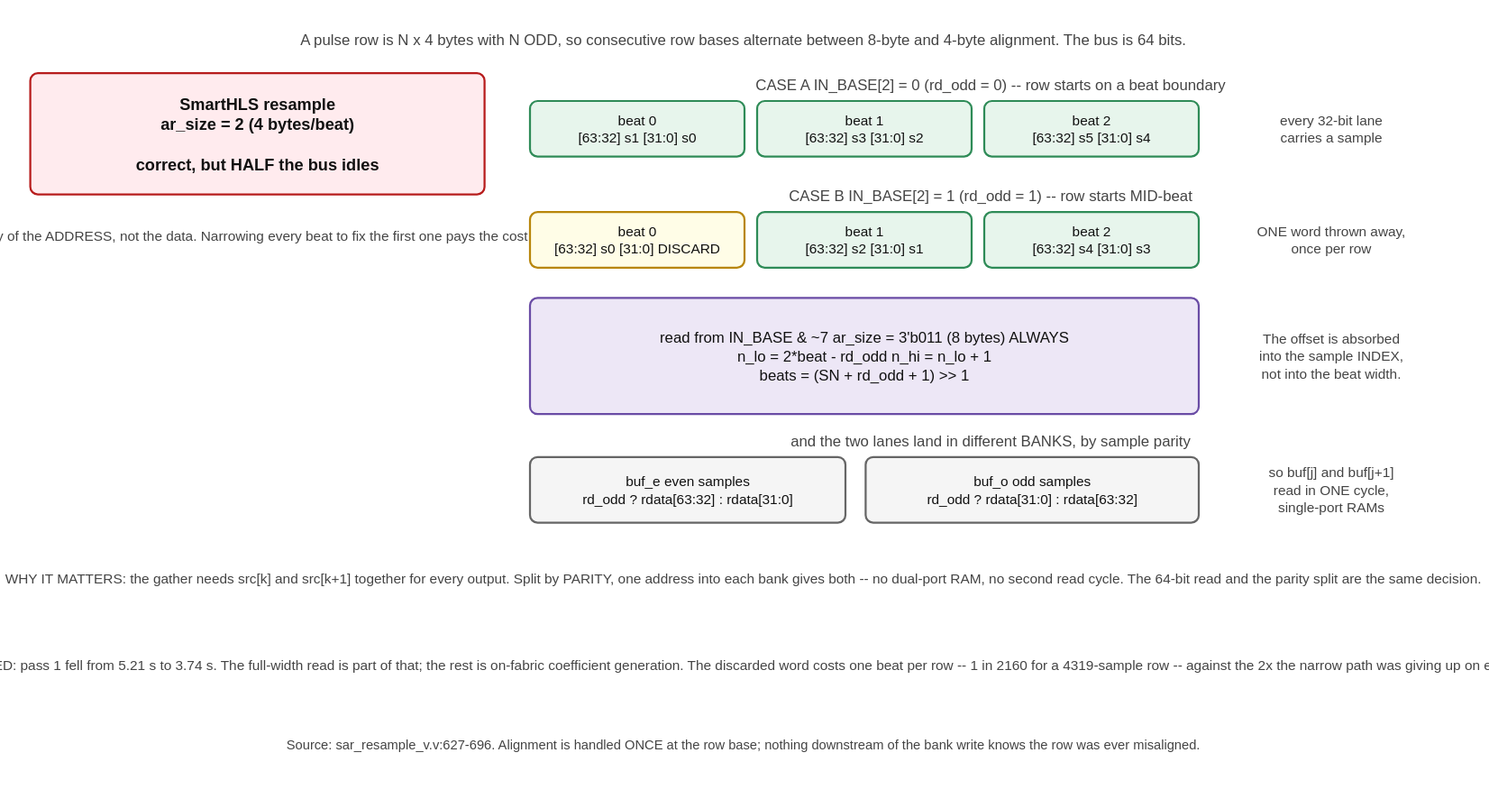
Earlier version of the draw.io export docs/slides/diagrams/fig-axi-packing.drawio.svg (futureproofbear/mpfs250t-sar-ifp). Source tidied: cells renumbered, new cells last; positions are measured from the earlier drawing's top-left corner, leaving out a move shared by most shapes.
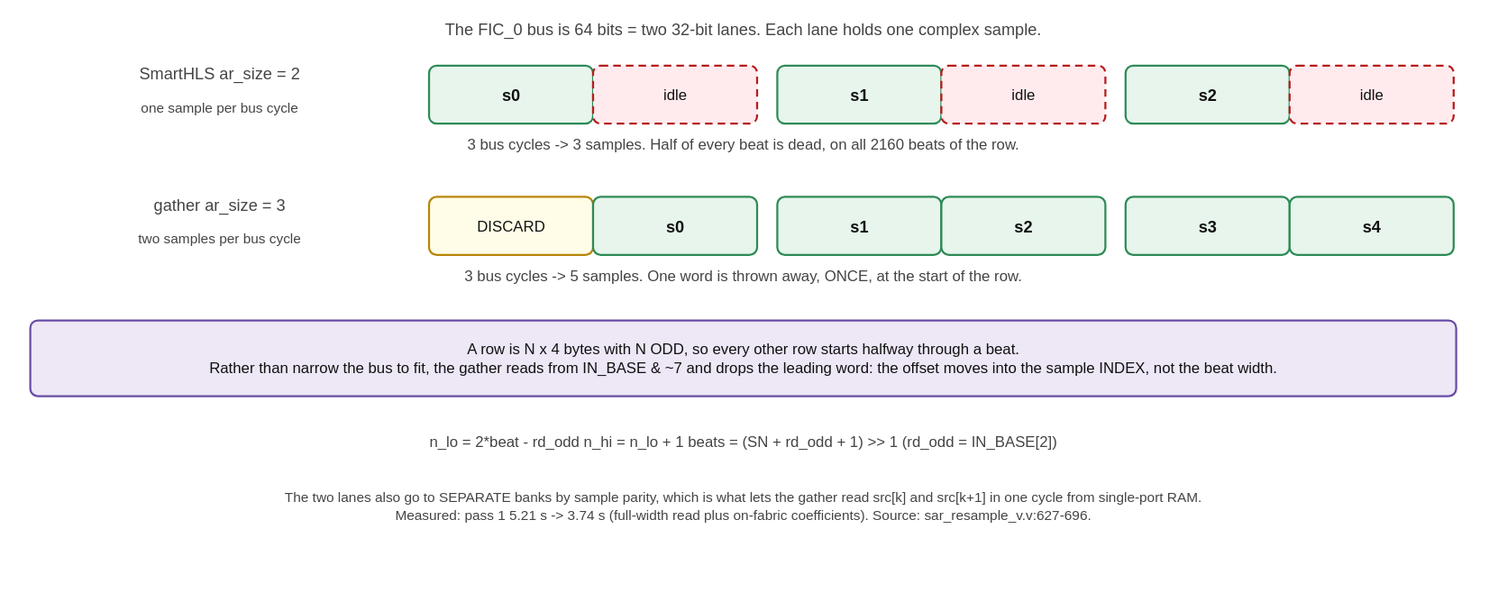
The same file after the commit.

Commit message:
slides: redraw the AXI packing figure -- show it instead of describing it

Change to the diagram source:
```diff
@@ -2,71 +2,71 @@
   <root>
     <mxCell id="0" />
     <mxCell id="1" parent="0" />
-    <mxCell id="2" value="A pulse row is N x 4 bytes with N ODD, so consecutive row bases alternate between 8-byte and 4-byte alignment. The bus is 64 bits." style="text;html=1;strokeColor=none;fillColor=none;align=center;verticalAlign=middle;fontSize=12;fontFamily=Helvetica;" parent="1" vertex="1">
-      <mxGeometry width="1130" height="34" as="geometry" />
+    <mxCell id="2" value="The FIC_0 bus is 64 bits = two 32-bit lanes. Each lane holds one complex sample." style="text;html=1;strokeColor=none;fillColor=none;align=center;verticalAlign=middle;fontSize=13;fontFamily=Helvetica;" parent="1" vertex="1">
+      <mxGeometry y="-2" width="1130" height="22" as="geometry" />
     </mxCell>
-    <mxCell id="3" value="SmartHLS resample&#10;ar_size = 2 (4 bytes/beat)&#10;&#10;correct, but HALF the bus idles" style="rounded=1;whiteSpace=wrap;html=1;fillColor=#FFEBEE;strokeColor=#B71C1C;fontSize=13;fontFamily=Helvetica;align=center;verticalAlign=middle;fontStyle=1;" parent="1" vertex="1">
-      <mxGeometry y="44" width="360" height="96" as="geometry" />
-    </mxCell>
-    <mxCell id="4" value="Alignment is a property of the ADDRESS, not the data. Narrowing every beat to fix the first one pays the cost on all 4319 of them." style="text;html=1;strokeColor=none;fillColor=none;align=center;verticalAlign=middle;fontSize=11;fontFamily=Helvetica;" parent="1" vertex="1">
-      <mxGeometry y="146" width="360" height="54" as="geometry" />
-    </mxCell>
-    <mxCell id="5" value="CASE A   IN_BASE[2] = 0  (rd_odd = 0)  -- row starts on a beat boundary" style="text;html=1;strokeColor=none;fillColor=none;align=center;verticalAlign=middle;fontSize=12;fontFamily=Helvetica;" parent="1" vertex="1">
-      <mxGeometry x="396" y="44" width="730" height="18" as="geometry" />
-    </mxCell>
-    <mxCell id="6" value="beat 0&#10;[63:32] s1   [31:0] s0" style="rounded=1;whiteSpace=wrap;html=1;fillColor=#E7F5EC;strokeColor=#2E8B57;fontSize=11;fontFamily=Helvetica;align=center;verticalAlign=middle;" parent="1" vertex="1">
-      <mxGeometry x="396" y="66" width="170" height="44" as="geometry" />
-    </mxCell>
-    <mxCell id="7" value="beat 1&#10;[63:32] s3   [31:0] s2" style="rounded=1;whiteSpace=wrap;html=1;fillColor=#E7F5EC;strokeColor=#2E8B57;fontSize=11;fontFamily=Helvetica;align=center;verticalAlign=middle;" parent="1" vertex="1">
-      <mxGeometry x="576" y="66" width="170" height="44" as="geometry" />
-    </mxCell>
-    <mxCell id="8" value="beat 2&#10;[63:32] s5   [31:0] s4" style="rounded=1;whiteSpace=wrap;html=1;fillColor=#E7F5EC;strokeColor=#2E8B57;fontSize=11;fontFamily=Helvetica;align=center;verticalAlign=middle;" parent="1" vertex="1">
-      <mxGeometry x="756" y="66" width="170" height="44" as="geometry" />
-    </mxCell>
-    <mxCell id="9" value="every 32-bit lane&#10;carries a sample" style="text;html=1;strokeColor=none;fillColor=none;align=center;verticalAlign=middle;fontSize=11;fontFamily=Helvetica;" parent="1" vertex="1">
-      <mxGeometry x="936" y="66" width="190" height="44" as="geometry" />
-    </mxCell>
-    <mxCell id="10" value="CASE B   IN_BASE[2] = 1  (rd_odd = 1)  -- row starts MID-beat" style="text;html=1;strokeColor=none;fillColor=none;align=center;verticalAlign=middle;fontSize=12;fontFamily=Helvetica;" parent="1" vertex="1">
-      <mxGeometry x="396" y="132" width="730" height="18" as="geometry" />
-    </mxCell>
-    <mxCell id="11" value="beat 0&#10;[63:32] s0   [31:0] DISCARD" style="rounded=1;whiteSpace=wrap;html=1;fillColor=#FFFDE7;strokeColor=#B8860B;fontSize=11;fontFamily=Helvetica;align=center;verticalAlign=middle;" parent="1" vertex="1">
-      <mxGeometry x="396" y="154" width="170" height="44" as="geometry" />
-    </mxCell>
-    <mxCell id="12" value="beat 1&#10;[63:32] s2   [31:0] s1" style="rounded=1;whiteSpace=wrap;html=1;fillColor=#E7F5EC;strokeColor=#2E8B57;fontSize=11;fontFamily=Helvetica;align=center;verticalAlign=middle;" parent="1" vertex="1">
-      <mxGeometry x="576" y="154" width="170" height="44" as="geometry" />
-    </mxCell>
-    <mxCell id="13" value="beat 2&#10;[63:32] s4   [31:0] s3" style="rounded=1;whiteSpace=wrap;html=1;fillColor=#E7F5EC;strokeColor=#2E8B57;fontSize=11;fontFamily=Helvetica;align=center;verticalAlign=middle;" parent="1" vertex="1">
-      <mxGeometry x="756" y="154" width="170" height="44" as="geometry" />
-    </mxCell>
-    <mxCell id="14" value="ONE word thrown away,&#10;once per row" style="text;html=1;strokeColor=none;fillColor=none;align=center;verticalAlign=middle;fontSize=11;fontFamily=Helvetica;" parent="1" vertex="1">
-      <mxGeometry x="936" y="154" width="190" height="44" as="geometry" />
-    </mxCell>
-    <mxCell id="15" value="read from  IN_BASE &amp; ~7        ar_size = 3'b011  (8 bytes) ALWAYS&#10;n_lo = 2*beat - rd_odd         n_hi = n_lo + 1&#10;beats = (SN + rd_odd + 1) &gt;&gt; 1" style="rounded=1;whiteSpace=wrap;html=1;fillColor=#EDE7F6;strokeColor=#6A4CA5;fontSize=12;fontFamily=Helvetica;align=center;verticalAlign=middle;" parent="1" vertex="1">
-      <mxGeometry x="396" y="222" width="530" height="92" as="geometry" />
-    </mxCell>
-    <mxCell id="16" value="The offset is absorbed&#10;into the sample INDEX,&#10;not into the beat width." style="text;html=1;strokeColor=none;fillColor=none;align=center;verticalAlign=middle;fontSize=11;fontFamily=Helvetica;" parent="1" vertex="1">
-      <mxGeometry x="936" y="222" width="190" height="92" as="geometry" />
-    </mxCell>
-    <mxCell id="17" value="and the two lanes land in different BANKS, by sample parity" style="text;html=1;strokeColor=none;fillColor=none;align=center;verticalAlign=middle;fontSize=12;fontFamily=Helvetica;" parent="1" vertex="1">
-      <mxGeometry x="396" y="326" width="730" height="18" as="geometry" />
-    </mxCell>
-    <mxCell id="18" value="buf_e   even samples&#10;rd_odd ? rdata[63:32] : rdata[31:0]" style="rounded=1;whiteSpace=wrap;html=1;fillColor=#F5F5F5;strokeColor=#666666;fontSize=11;fontFamily=Helvetica;align=center;verticalAlign=middle;" parent="1" vertex="1">
-      <mxGeometry x="396" y="348" width="250" height="52" as="geometry" />
-    </mxCell>
-    <mxCell id="19" value="buf_o   odd samples&#10;rd_odd ? rdata[31:0] : rdata[63:32]" style="rounded=1;whiteSpace=wrap;html=1;fillColor=#F5F5F5;strokeColor=#666666;fontSize=11;fontFamily=Helvetica;align=center;verticalAlign=middle;" parent="1" vertex="1">
-      <mxGeometry x="662" y="348" width="264" height="52" as="geometry" />
-    </mxCell>
-    <mxCell id="20" value="so buf[j] and buf[j+1]&#10;read in ONE cycle,&#10;single-port RAMs" style="text;html=1;strokeColor=none;fillColor=none;align=center;verticalAlign=middle;fontSize=11;fontFamily=Helvetica;" parent="1" vertex="1">
-      <mxGeometry x="936" y="348" width="190" height="52" as="geometry" />
-    </mxCell>
-    <mxCell id="21" value="WHY IT MATTERS: the gather needs src[k] and src[k+1] together for every output. Split by PARITY, one address into each bank gives both -- no dual-port RAM, no second read cycle. The 64-bit read and the parity split are the same decision." style="text;html=1;strokeColor=none;fillColor=none;align=center;verticalAlign=middle;fontSize=11;fontFamily=Helvetica;" parent="1" vertex="1">
-      <mxGeometry y="416" width="1130" height="56" as="geometry" />
-    </mxCell>
+    <mxCell id="24" value="SmartHLS   ar_size = 2" style="text;html=1;strokeColor=none;fillColor=none;align=center;verticalAlign=middle;fontSize=13;fontFamily=Helvetica;" parent="1" vertex="1">
+      <mxGeometry y="34" width="300" height="20" as="geometry" />
+    </mxCell>
+    <mxCell id="25" value="one sample per bus cycle" style="text;html=1;strokeColor=none;fillColor=none;align=center;verticalAlign=middle;fontSize=11;fontFamily=Helvetica;" parent="1" vertex="1">
+      <mxGeometry y="54" width="300" height="34" as="geometry" />
+    </mxCell>
+    <mxCell id="26" value="s0" style="rounded=1;whiteSpace=wrap;html=1;fillColor=#E7F5EC;strokeColor=#2E8B57;fontSize=13;fontFamily=Helvetica;align=center;verticalAlign=middle;fontStyle=1;" parent="1" vertex="1">
+      <mxGeometry x="316" y="38" width="130" height="46" as="geometry" />
+    </mxCell>
+    <mxCell id="27" value="idle" style="rounded=1;whiteSpace=wrap;html=1;fillColor=#FFEBEE;strokeColor=#B71C1C;fontSize=12;fontFamily=Helvetica;align=center;verticalAlign=middle;dashed=1;" parent="1" vertex="1">
+      <mxGeometry x="446" y="38" width="130" height="46" as="geometry" />
+    </mxCell>
+    <mxCell id="28" value="s1" style="rounded=1;whiteSpace=wrap;html=1;fillColor=#E7F5EC;strokeColor=#2E8B57;fontSize=13;fontFamily=Helvetica;align=center;verticalAlign=middle;fontStyle=1;" parent="1" vertex="1">
+      <mxGeometry x="592" y="38" width="130" height="46" as="geometry" />
+    </mxCell>
+    <mxCell id="29" value="idle" style="rounded=1;whiteSpace=wrap;html=1;fillColor=#FFEBEE;strokeColor=#B71C1C;fontSize=12;fontFamily=Helvetica;align=center;verticalAlign=middle;dashed=1;" parent="1" vertex="1">
+      <mxGeometry x="722" y="38" width="130" height="46" as="geometry" />
+    </mxCell>
+    <mxCell id="30" value="s2" style="rounded=1;whiteSpace=wrap;html=1;fillColor=#E7F5EC;strokeColor=#2E8B57;fontSize=13;fontFamily=Helvetica;align=center;verticalAlign=middle;fontStyle=1;" parent="1" vertex="1">
+      <mxGeometry x="868" y="38" width="130" height="46" as="geometry" />
+    </mxCell>
+    <mxCell id="31" value="idle" style="rounded=1;whiteSpace=wrap;html=1;fillColor=#FFEBEE;strokeColor=#B71C1C;fontSize=12;fontFamily=Helvetica;align=center;verticalAlign=middle;dashed=1;" parent="1" vertex="1">
+      <mxGeometry x="998" y="38" width="130" height="46" as="geometry" />
+    </mxCell>
+    <mxCell id="32" value="3 bus cycles  -&gt;  3 samples.   Half of every beat is dead, on all 2160 beats of the row." style="text;html=1;strokeColor=none;fillColor=none;align=center;verticalAlign=middle;fontSize=12;fontFamily=Helvetica;" parent="1" vertex="1">
+      <mxGeometry y="90" width="1130" height="20" as="geometry" />
+    </mxCell>
+    <mxCell id="33" value="gather   ar_size = 3" style="text;html=1;strokeColor=none;fillColor=none;align=center;verticalAlign=middle;fontSize=13;fontFamily=Helvetica;" parent="1" vertex="1">
+      <mxGeometry y="138" width="300" height="20" as="geometry" />
+    </mxCell>
+    <mxCell id="34" value="two samples per bus cycle" style="text;html=1;strokeColor=none;fillColor=none;align=center;verticalAlign=middle;fontSize=11;fontFamily=Helvetica;" parent="1" vertex="1">
+      <mxGeometry y="158" width="300" height="34" as="geometry" />
+    </mxCell>
+    <mxCell id="35" value="DISCARD" style="rounded=1;whiteSpace=wrap;html=1;fillColor=#FFFDE7;strokeColor=#B8860B;fontSize=12;fontFamily=Helvetica;align=center;verticalAlign=middle;" parent="1" vertex="1">
+      <mxGeometry x="316" y="142" width="130" height="46" as="geometry" />
+    </mxCell>
+    <mxCell id="36" value="s0" style="rounded=1;whiteSpace=wrap;html=1;fillColor=#E7F5EC;strokeColor=#2E8B57;fontSize=13;fontFamily=Helvetica;align=center;verticalAlign=middle;fontStyle=1;" parent="1" vertex="1">
+      <mxGeometry x="446" y="142" width="130" height="46" as="geometry" />
+    </mxCell>
+    <mxCell id="37" value="s1" style="rounded=1;whiteSpace=wrap;html=1;fillColor=#E7F5EC;strokeColor=#2E8B57;fontSize=13;fontFamily=Helvetica;align=center;verticalAlign=middle;fontStyle=1;" parent="1" vertex="1">
+      <mxGeometry x="592" y="142" width="130" height="46" as="geometry" />
+    </mxCell>
+    <mxCell id="38" value="s2" style="rounded=1;whiteSpace=wrap;html=1;fillColor=#E7F5EC;strokeColor=#2E8B57;fontSize=13;fontFamily=Helvetica;align=center;verticalAlign=middle;fontStyle=1;" parent="1" vertex="1">
+      <mxGeometry x="722" y="142" width="130" height="46" as="geometry" />
+    </mxCell>
+    <mxCell id="39" value="s3" style="rounded=1;whiteSpace=wrap;html=1;fillColor=#E7F5EC;strokeColor=#2E8B57;fontSize=13;fontFamily=Helvetica;align=center;verticalAlign=middle;fontStyle=1;" parent="1" vertex="1">
+      <mxGeometry x="868" y="142" width="130" height="46" as="geometry" />
+    </mxCell>
+    <mxCell id="40" value="s4" style="rounded=1;whiteSpace=wrap;html=1;fillColor=#E7F5EC;strokeColor=#2E8B57;fontSize=13;fontFamily=Helvetica;align=center;verticalAlign=middle;fontStyle=1;" parent="1" vertex="1">
+      <mxGeometry x="998" y="142" width="130" height="46" as="geometry" />
+    </mxCell>
+    <mxCell id="41" value="3 bus cycles  -&gt;  5 samples.   One word is thrown away, ONCE, at the start of the row." style="text;html=1;strokeColor=none;fillColor=none;align=center;verticalAlign=middle;fontSize=12;fontFamily=Helvetica;" parent="1" vertex="1">
+      <mxGeometry y="194" width="1130" height="20" as="geometry" />
+    </mxCell>
+    <mxCell id="42" value="A row is N x 4 bytes with N ODD, so every other row starts halfway through a beat.&#10;Rather than narrow the bus to fit, the gather reads from IN_BASE &amp; ~7 and drops the leading word: the offset moves into the sample INDEX, not the beat width." style="rounded=1;whiteSpace=wrap;html=1;fillColor=#EDE7F6;strokeColor=#6A4CA5;fontSize=12;fontFamily=Helvetica;align=center;verticalAlign=middle;" parent="1" vertex="1">
+      <mxGeometry y="240" width="1130" height="60" as="geometry" />
+    </mxCell>
+    <mxCell id="43" value="n_lo = 2*beat - rd_odd      n_hi = n_lo + 1      beats = (SN + rd_odd + 1) &gt;&gt; 1          (rd_odd = IN_BASE[2])" style="text;html=1;strokeColor=none;fillColor=none;align=center;verticalAlign=middle;fontSize=12;fontFamily=Helvetica;" parent="1" vertex="1">
+      <mxGeometry y="316" width="1130" height="40" as="geometry" />
+    </mxCell>
-    <mxCell id="22" value="MEASURED: pass 1 fell from 5.21 s to 3.74 s. The full-width read is part of that; the rest is on-fabric coefficient generation. The discarded word costs one beat per row -- 1 in 2160 for a 4319-sample row -- against the 2x the narrow path was giving up on every beat." style="text;html=1;strokeColor=none;fillColor=none;align=center;verticalAlign=middle;fontSize=11;fontFamily=Helvetica;" parent="1" vertex="1">
-      <mxGeometry y="478" width="1130" height="70" as="geometry" />
+    <mxCell id="22" value="The two lanes also go to SEPARATE banks by sample parity, which is what lets the gather read src[k] and src[k+1] in one cycle from single-port RAM.&#10;Measured: pass 1 5.21 s -&gt; 3.74 s (full-width read plus on-fabric coefficients). Source: sar_resample_v.v:627-696." style="text;html=1;strokeColor=none;fillColor=none;align=center;verticalAlign=middle;fontSize=11;fontFamily=Helvetica;" parent="1" vertex="1">
+      <mxGeometry y="366" width="1130" height="42" as="geometry" />
     </mxCell>
-    <mxCell id="23" value="Source: sar_resample_v.v:627-696. Alignment is handled ONCE at the row base; nothing downstream of the bank write knows the row was ever misaligned." style="text;html=1;strokeColor=none;fillColor=none;align=center;verticalAlign=middle;fontSize=10.5;fontFamily=Helvetica;" parent="1" vertex="1">
-      <mxGeometry y="556" width="1130" height="40" as="geometry" />
-    </mxCell>
   </root>
 </mxGraphModel>
```
